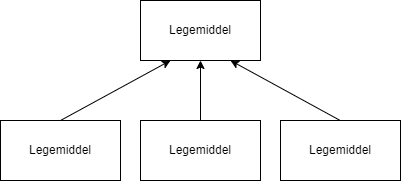
The draw.io diagram oblig2/Untitled Diagram.drawio.png in ingehingeh/IN1010, before a commit. Source tidied: cells renumbered, new cells last; positions are measured from the earlier drawing's top-left corner, leaving out a move shared by most shapes.
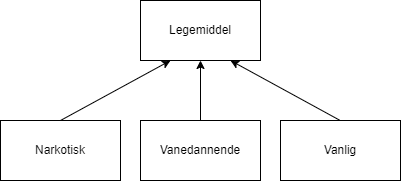
Later version of the same file.

The edit, as a diff of the source:
```diff
@@ -5,13 +5,13 @@
     <mxCell id="2" value="Legemiddel" style="rounded=0;whiteSpace=wrap;html=1;" parent="1" vertex="1">
       <mxGeometry x="140" width="120" height="60" as="geometry" />
     </mxCell>
-    <mxCell id="3" value="Legemiddel" style="rounded=0;whiteSpace=wrap;html=1;" parent="1" vertex="1">
+    <mxCell id="3" value="Narkotisk" style="rounded=0;whiteSpace=wrap;html=1;" parent="1" vertex="1">
       <mxGeometry y="120" width="120" height="60" as="geometry" />
     </mxCell>
-    <mxCell id="4" value="Legemiddel" style="rounded=0;whiteSpace=wrap;html=1;" parent="1" vertex="1">
+    <mxCell id="4" value="Vanedannende" style="rounded=0;whiteSpace=wrap;html=1;" parent="1" vertex="1">
       <mxGeometry x="140" y="120" width="120" height="60" as="geometry" />
     </mxCell>
-    <mxCell id="5" value="Legemiddel" style="rounded=0;whiteSpace=wrap;html=1;" parent="1" vertex="1">
+    <mxCell id="5" value="Vanlig" style="rounded=0;whiteSpace=wrap;html=1;" parent="1" vertex="1">
       <mxGeometry x="280" y="120" width="120" height="60" as="geometry" />
     </mxCell>
     <mxCell id="6" style="endArrow=classic;html=1;rounded=0;entryX=0.25;entryY=1;entryDx=0;entryDy=0;" parent="1" edge="1" target="2">
```
